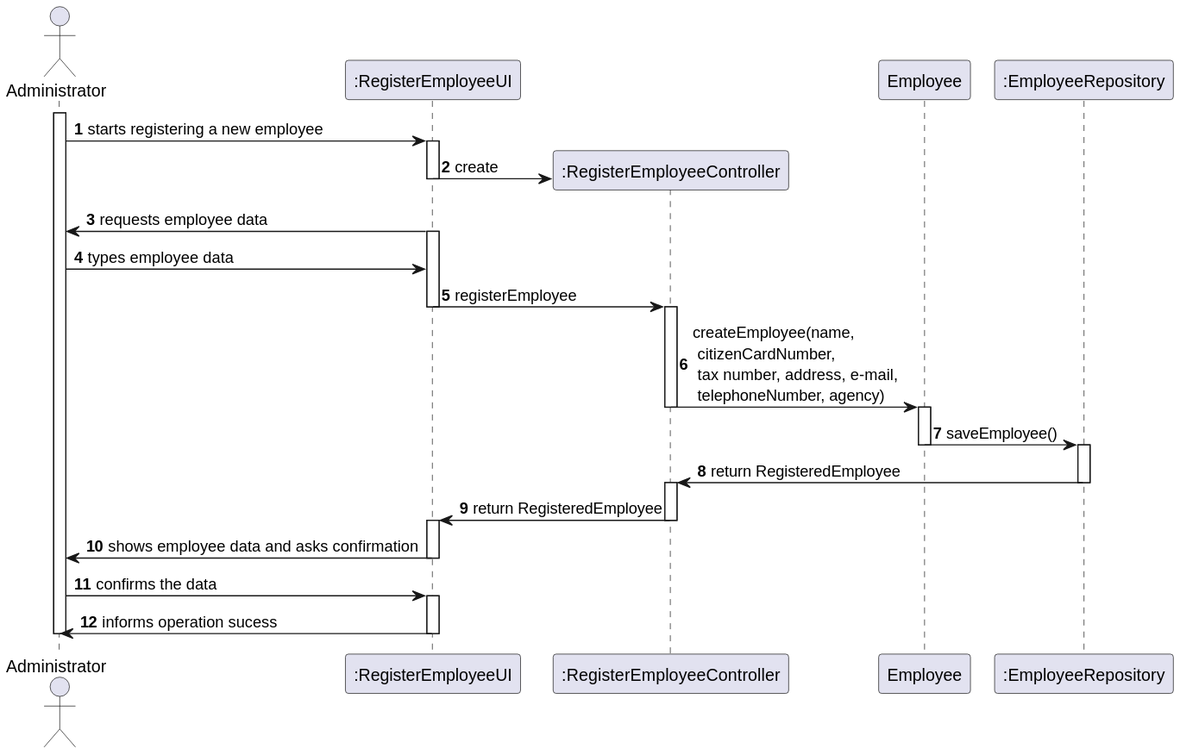
Earlier version of the PlantUML export docs/sprintB/US003/03.design/svg/SD.svg (tiagohcorreia/LAPR2). Its diagram source:
```plantuml
@startuml
actor Administrator as adm
participant ":RegisterEmployeeUI" as ui
participant ":RegisterEmployeeController" as ctr
participant Employee as em
participant ":EmployeeRepository" as rp

autonumber

activate adm

        adm -> ui: starts registering a new employee

        activate ui

        ui -> ctr** : create

        deactivate ui

        adm <- ui: requests employee data

        activate ui

        adm -> ui: types employee data

        ui -> ctr: registerEmployee

        deactivate ui
        activate ctr

        ctr -> em: createEmployee(name,\n citizenCardNumber,\n tax number, address, e-mail,\n telephoneNumber, agency)

            deactivate ctr
            activate em

        em -> rp: saveEmployee()

        deactivate em

        activate rp


        rp -> ctr: return RegisteredEmployee

        deactivate rp

        activate ctr

        ctr -> ui: return RegisteredEmployee


        deactivate ctr
        activate ui


        adm <- ui: shows employee data and asks confirmation

        deactivate ui

        adm -> ui: confirms the data

        activate ui

        adm <- ui: informs operation sucess

        deactivate ui

deactivate adm
@enduml
```
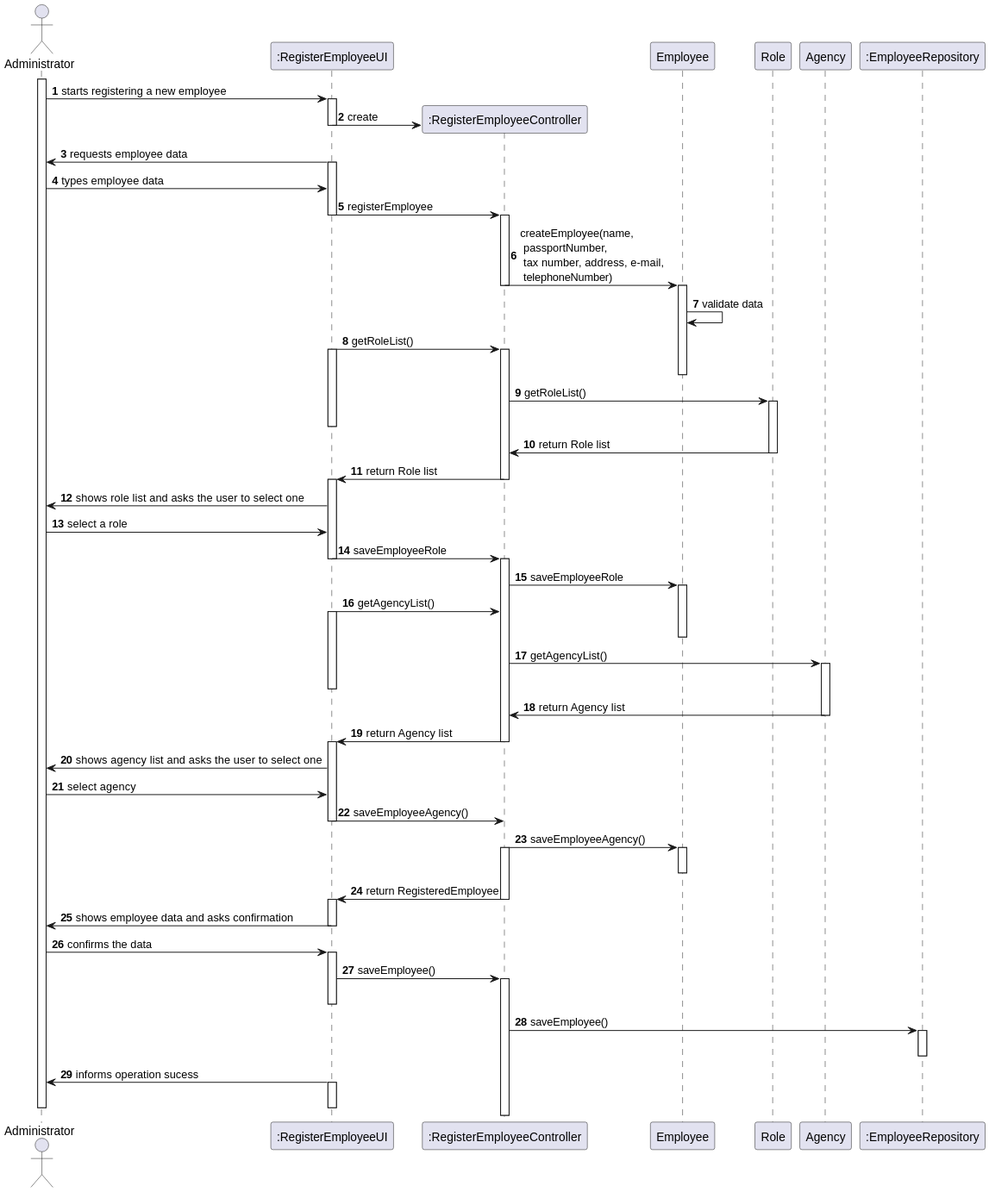
The same file after the commit.

What changed in the source:
```diff
@@ -3,6 +3,8 @@
 participant ":RegisterEmployeeUI" as ui
 participant ":RegisterEmployeeController" as ctr
 participant Employee as em
+participant Role as role
+participant Agency as agency
 participant ":EmployeeRepository" as rp
 
 autonumber
@@ -28,30 +30,84 @@
         deactivate ui
         activate ctr
 
-        ctr -> em: createEmployee(name,\n citizenCardNumber,\n tax number, address, e-mail,\n telephoneNumber, agency)
+        ctr -> em: createEmployee(name,\n passportNumber,\n tax number, address, e-mail,\n telephoneNumber)
 
             deactivate ctr
             activate em
 
-        em -> rp: saveEmployee()
+            em -> em: validate data
+
+        ui -> ctr: getRoleList()
+
+        activate ui
+        activate ctr
+        deactivate em
+
+        ctr -> role: getRoleList()
+        activate role
+        deactivate ui
+
+        role -> ctr: return Role list
+
+        deactivate role
+
+        ctr -> ui: return Role list
+        deactivate ctr
+
+        activate ui
+
+        ui -> adm: shows role list and asks the user to select one
+
+        adm -> ui: select a role
+
+        ui -> ctr: saveEmployeeRole
+        deactivate ui
+        activate ctr
+
+        ctr -> em: saveEmployeeRole
+
+        activate em
+
+        ui -> ctr: getAgencyList()
+
+        activate ui
 
         deactivate em
 
-        activate rp
+        ctr -> agency: getAgencyList()
 
+        activate agency
+        deactivate ui
 
-        rp -> ctr: return RegisteredEmployee
+        agency -> ctr: return Agency list
 
-        deactivate rp
+        deactivate agency
 
-        activate ctr
-
-        ctr -> ui: return RegisteredEmployee
-
+        ctr -> ui: return Agency list
 
         deactivate ctr
         activate ui
 
+        ui -> adm: shows agency list and asks the user to select one
+
+        adm -> ui: select agency
+
+        ui -> ctr: saveEmployeeAgency()
+
+        deactivate ui
+
+        ctr -> em: saveEmployeeAgency()
+        activate ctr
+        activate em
+
+        deactivate em
+
+        deactivate rp
+
+        ctr -> ui: return RegisteredEmployee
+
+        deactivate ctr
+        activate ui
 
         adm <- ui: shows employee data and asks confirmation
 
@@ -61,7 +117,19 @@
 
         activate ui
 
+        ui -> ctr: saveEmployee()
+
+        activate ctr
+        deactivate ui
+
+        ctr -> rp: saveEmployee()
+
+        activate rp
+        deactivate rp
+
         adm <- ui: informs operation sucess
+
+        activate ui
 
         deactivate ui
 
```
